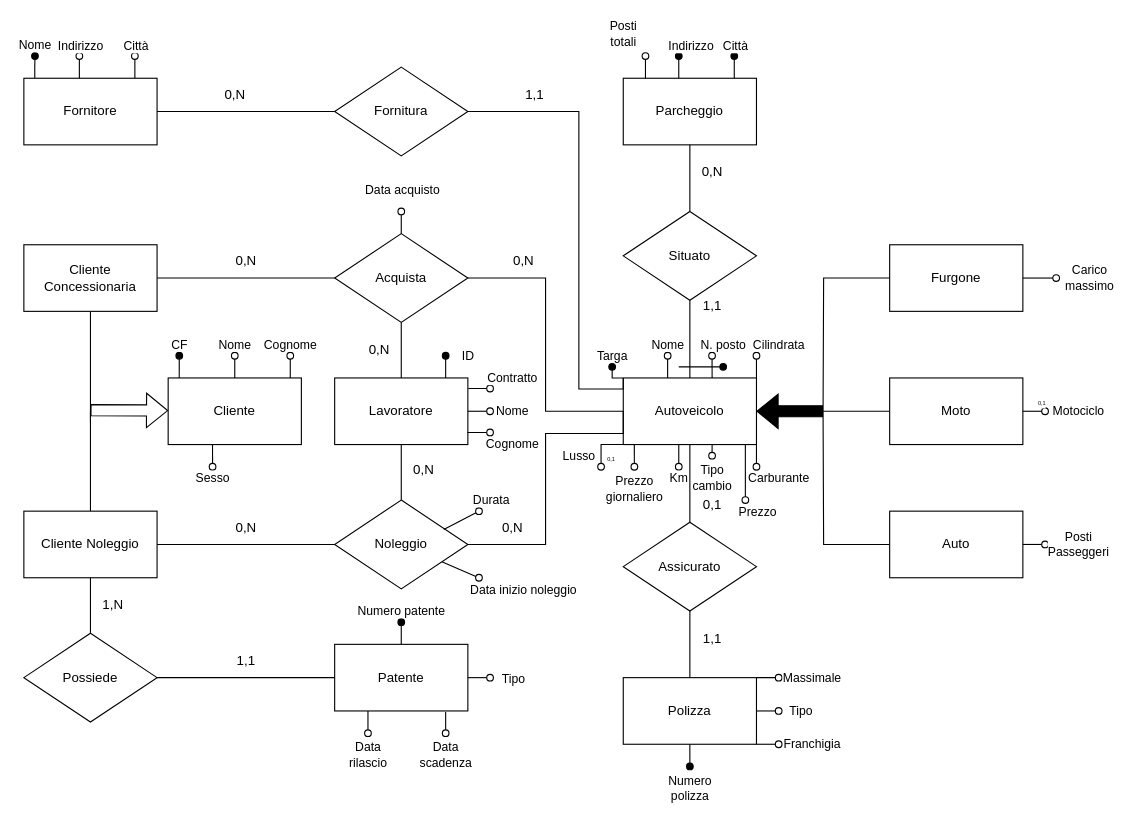
Earlier version of the draw.io diagram ER_concessionaria_autonoleggio.drawio (NickP3lle/database-gianluca_rental). Source tidied: cells renumbered, new cells numbered last; positions are measured from the earlier drawing's top-left corner, leaving out a move shared by most shapes. Both pictures are drawn from the tidied source at 111%, with x=0, y=0 at pixel (23, 56).
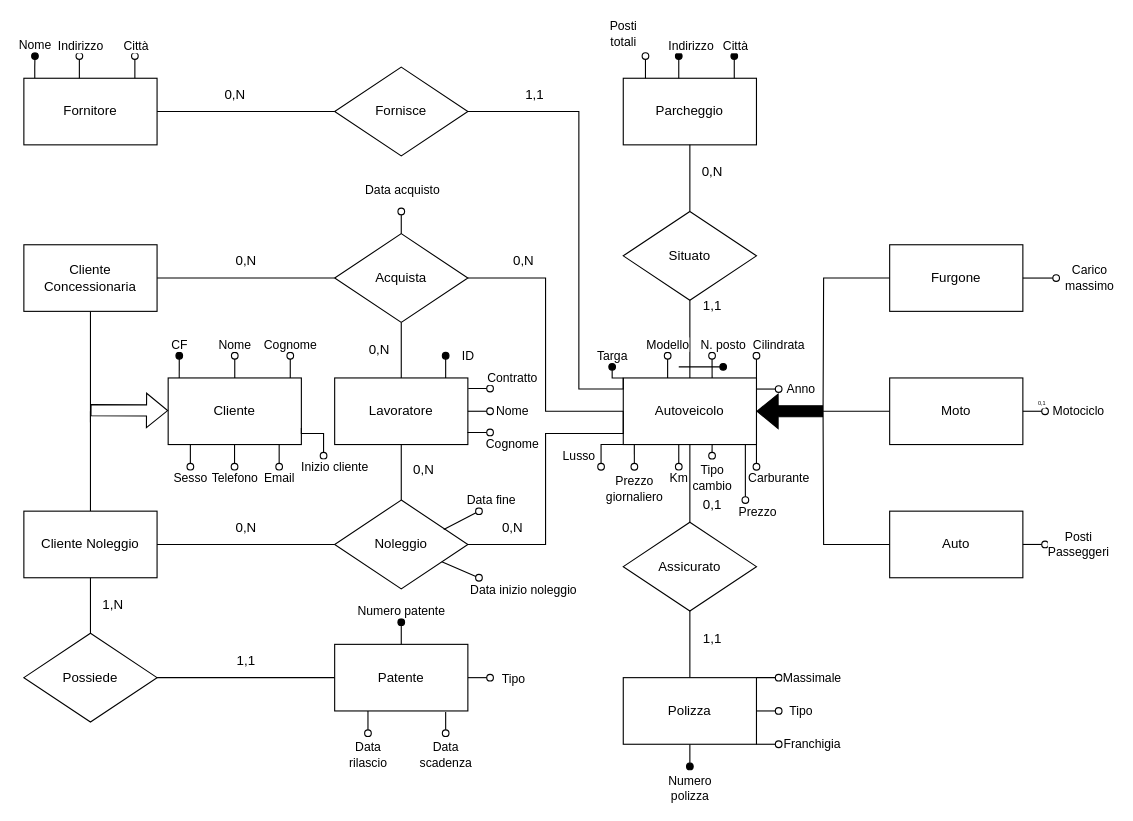
After the change.

Commit message (it also covers changes not shown here):
Added some field to the ER and created a first draft for the tables in sql

The change refers to these unchanged cells:
```xml
<mxCell id="7" value="Autoveicolo" style="rounded=0;whiteSpace=wrap;html=1;" parent="1" vertex="1">
  <mxGeometry x="540" y="290" width="120" height="60" as="geometry" />
</mxCell>
<mxCell id="38" value="Cliente" style="rounded=0;whiteSpace=wrap;html=1;" parent="1" vertex="1">
  <mxGeometry x="130" y="290" width="120" height="60" as="geometry" />
</mxCell>
<mxCell id="63" value="Lusso" style="edgeStyle=orthogonalEdgeStyle;rounded=0;jettySize=auto;html=1;endArrow=oval;endFill=0;exitX=0;exitY=1;exitDx=0;exitDy=0;" parent="1" edge="1" source="7">
  <mxGeometry x="0.5" y="-20" relative="1" as="geometry">
    <mxPoint x="520" y="370" as="targetPoint" />
  </mxGeometry>
</mxCell>
<mxCell id="99" style="endArrow=oval;html=1;rounded=0;exitX=0.819;exitY=0.331;exitDx=0;exitDy=0;exitPerimeter=0;endFill=0;" parent="1" edge="1" source="14">
  <mxGeometry relative="1" as="geometry">
    <mxPoint x="410" y="410" as="targetPoint" />
  </mxGeometry>
</mxCell>
```

The edit, as a diff of the source:
```diff
@@
-    <mxCell id="45" value="Fornitura" style="rhombus;whiteSpace=wrap;html=1;" parent="1" vertex="1">
+    <mxCell id="45" value="Fornisce" style="rhombus;whiteSpace=wrap;html=1;" parent="1" vertex="1">
       <mxGeometry x="280" y="10" width="120" height="80" as="geometry" />
     </mxCell>
@@
-    <mxCell id="62" value="Nome" style="edgeStyle=orthogonalEdgeStyle;rounded=0;jettySize=auto;html=1;endArrow=oval;endFill=0;exitX=0.333;exitY=0;exitDx=0;exitDy=0;exitPerimeter=0;" parent="1" edge="1" source="7">
+    <mxCell id="62" value="Modello" style="edgeStyle=orthogonalEdgeStyle;rounded=0;jettySize=auto;html=1;endArrow=oval;endFill=0;exitX=0.333;exitY=0;exitDx=0;exitDy=0;exitPerimeter=0;" parent="1" edge="1" source="7">
       <mxGeometry x="1" y="10" relative="1" as="geometry">
         <mxPoint x="580" y="270" as="targetPoint" />
         <mxPoint x="10" y="-10" as="offset" />
       </mxGeometry>
     </mxCell>
@@
-    <mxCell id="64" value="&lt;font style=&quot;font-size: 5px;&quot;&gt;0,1&lt;/font&gt;" style="edgeLabel;html=1;align=center;verticalAlign=middle;" parent="63" vertex="1">
-      <mxGeometry x="0.04" y="-1" relative="1" as="geometry">
-        <mxPoint x="9" y="9" as="offset" />
-      </mxGeometry>
-    </mxCell>
@@
-    <mxCell id="82" value="Sesso" style="edgeStyle=orthogonalEdgeStyle;rounded=0;jettySize=auto;html=1;endArrow=oval;endFill=0;exitX=0.333;exitY=1;exitDx=0;exitDy=0;exitPerimeter=0;" parent="1" edge="1" source="38">
+    <mxCell id="82" value="Sesso" style="edgeStyle=orthogonalEdgeStyle;rounded=0;orthogonalLoop=1;jettySize=auto;html=1;endArrow=oval;endFill=0;" parent="1" edge="1">
       <mxGeometry x="1" y="-10" relative="1" as="geometry">
-        <mxPoint x="170" y="370" as="targetPoint" />
+        <mxPoint x="150" y="350" as="sourcePoint" />
+        <mxPoint x="150" y="370" as="targetPoint" />
+        <Array as="points">
+          <mxPoint x="150" y="350" />
+          <mxPoint x="150" y="370" />
+        </Array>
         <mxPoint x="10" y="10" as="offset" />
       </mxGeometry>
     </mxCell>
@@
-    <mxCell id="100" value="Durata" style="edgeLabel;html=1;align=center;verticalAlign=middle;" parent="99" vertex="1">
+    <mxCell id="100" value="Data fine" style="edgeLabel;html=1;align=center;verticalAlign=middle;" parent="99" vertex="1">
       <mxGeometry x="0.44" y="-1" relative="1" as="geometry">
         <mxPoint x="19" y="-16" as="offset" />
       </mxGeometry>
     </mxCell>
@@
+    <mxCell id="105" value="Telefono" style="edgeStyle=orthogonalEdgeStyle;rounded=0;orthogonalLoop=1;jettySize=auto;html=1;endArrow=oval;endFill=0;exitX=0.333;exitY=1;exitDx=0;exitDy=0;exitPerimeter=0;" parent="1" edge="1">
+      <mxGeometry x="1" y="-10" relative="1" as="geometry">
+        <mxPoint x="189.8" y="350" as="sourcePoint" />
+        <mxPoint x="189.8" y="370" as="targetPoint" />
+        <mxPoint x="10" y="10" as="offset" />
+      </mxGeometry>
+    </mxCell>
+    <mxCell id="106" value="Email" style="edgeStyle=orthogonalEdgeStyle;rounded=0;orthogonalLoop=1;jettySize=auto;html=1;endArrow=oval;endFill=0;" parent="1" edge="1">
+      <mxGeometry x="1" y="10" relative="1" as="geometry">
+        <mxPoint x="230" y="350" as="sourcePoint" />
+        <mxPoint x="230" y="370" as="targetPoint" />
+        <mxPoint x="-10" y="10" as="offset" />
+      </mxGeometry>
+    </mxCell>
+    <mxCell id="107" value="Inizio cliente" style="edgeStyle=orthogonalEdgeStyle;rounded=0;jettySize=auto;html=1;endArrow=oval;endFill=0;exitX=1;exitY=0.75;exitDx=0;exitDy=0;" parent="1" edge="1" source="38">
+      <mxGeometry x="1" y="14" relative="1" as="geometry">
+        <mxPoint x="270" y="360" as="targetPoint" />
+        <Array as="points">
+          <mxPoint x="250" y="340" />
+          <mxPoint x="270" y="340" />
+        </Array>
+        <mxPoint x="-4" y="10" as="offset" />
+      </mxGeometry>
+    </mxCell>
+    <mxCell id="108" value="Anno" style="edgeStyle=orthogonalEdgeStyle;rounded=0;orthogonalLoop=1;jettySize=auto;html=1;endArrow=oval;endFill=0;exitX=1;exitY=0.5;exitDx=0;exitDy=0;" parent="1" edge="1">
+      <mxGeometry x="1" y="20" relative="1" as="geometry">
+        <mxPoint x="660" y="300" as="sourcePoint" />
+        <mxPoint x="680" y="300" as="targetPoint" />
+        <mxPoint x="20" y="20" as="offset" />
+      </mxGeometry>
+    </mxCell>
```
